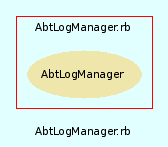
This is src/trunk/doc/dot/f_2.png from eschabell/abtlinux, a Graphviz export, as it was before one commit. Its source is kept beside it as src/trunk/doc/dot/f_2.dot.
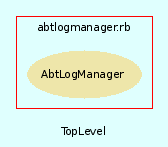
After the change.

The edit, as a diff of the source:
```diff
@@ -3,7 +3,7 @@
     bgcolor = lightcyan1
     fontname = Arial
     fontsize = 8
-    label = "AbtLogManager.rb"
+    label = "TopLevel"
     node [
         fontname = Arial,
         fontsize = 8,
@@ -13,7 +13,7 @@
     subgraph cluster_3 {
         fontname = Arial
         color = red
-        label = "AbtLogManager.rb"
+        label = "abtlogmanager.rb"
         AbtLogManager [
             fontcolor = black,
             URL = "classes/AbtLogManager.html",
```
